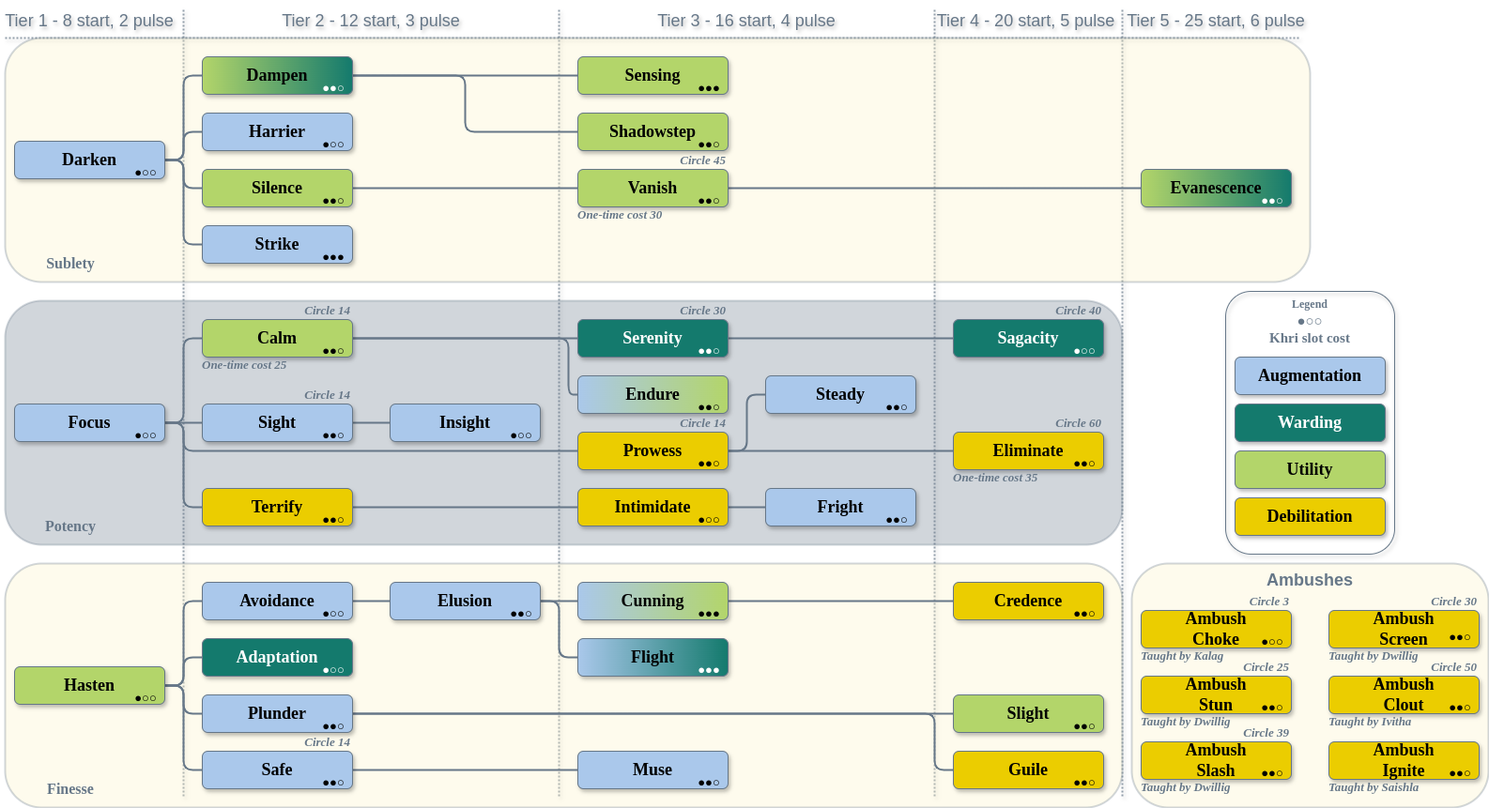
MahtraDR/dr-spell-trees keeps this draw.io diagram as Thief/Thief.png. Above is the earlier version. Source tidied: cells renumbered, new cells last; positions are measured from the earlier drawing's top-left corner, leaving out a move shared by most shapes.
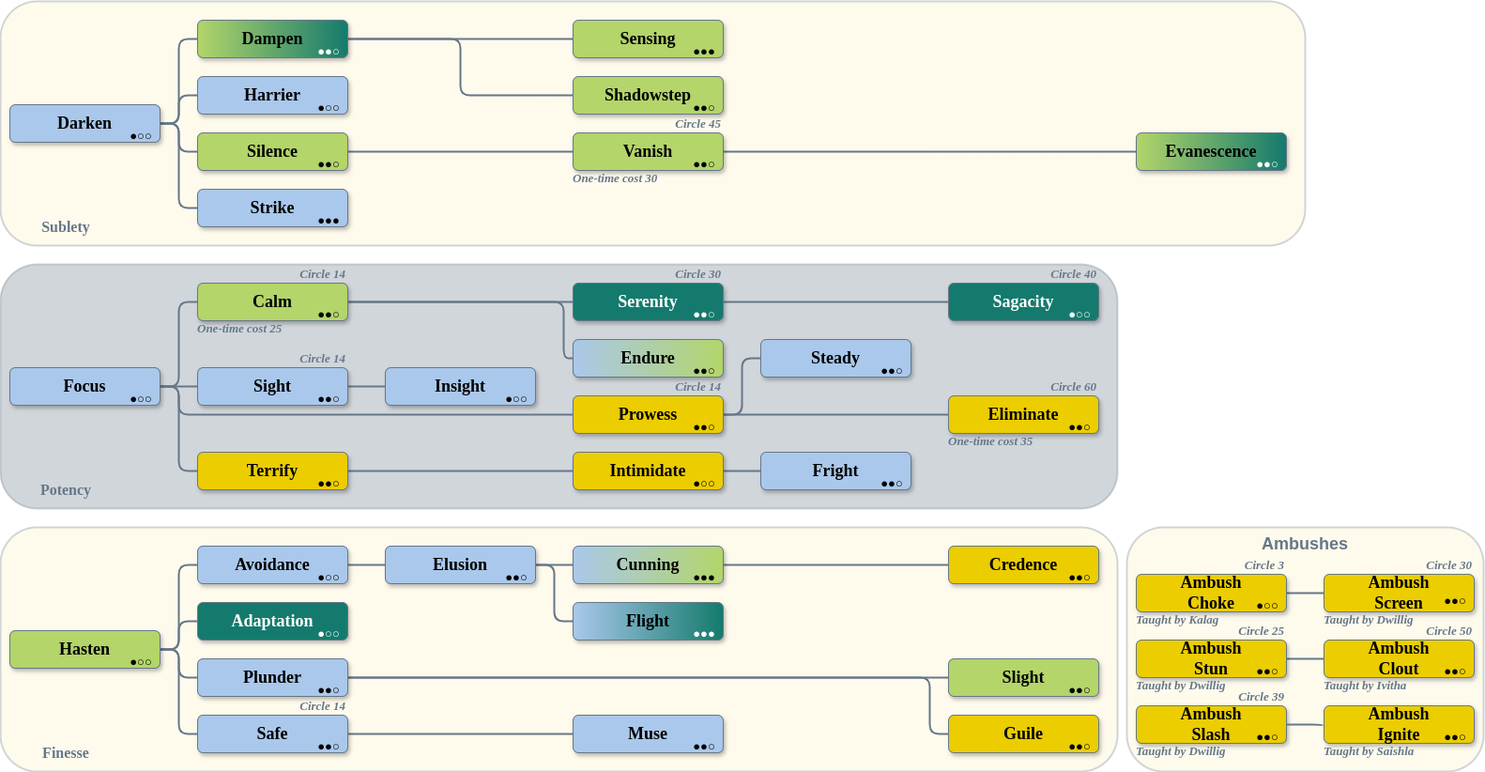
Later version of the same file.

The edit, as a diff of the source:
```diff
@@ -1,70 +1,6 @@
 <mxGraphModel>
   <root>
     <mxCell id="0" />
-    <mxCell id="1" parent="0" />
-    <mxCell id="2" value="Tier 1 - 8 start, 2 pulse" style="text;align=center;verticalAlign=middle;strokeColor=none;fillColor=none;fontFamily=Helvetica;fontSize=18;fontColor=#667788;labelBackgroundColor=none;textShadow=1;" parent="1" vertex="1">
-      <mxGeometry x="50" width="80" height="40" as="geometry" />
-    </mxCell>
-    <mxCell id="3" style="html=1;rounded=0;strokeWidth=2;endArrow=none;endFill=0;dashed=1;exitX=0.633;exitY=0;exitDx=0;exitDy=0;exitPerimeter=0;labelBackgroundColor=none;shadow=1;fontColor=default;strokeColor=#667788;opacity=70;dashPattern=1 1;" parent="1" edge="1">
-      <mxGeometry relative="1" as="geometry">
-        <mxPoint x="990" y="10" as="sourcePoint" />
-        <mxPoint x="990" y="850" as="targetPoint" />
-      </mxGeometry>
-    </mxCell>
-    <mxCell id="4" style="html=1;rounded=0;strokeWidth=2;endArrow=none;endFill=0;dashed=1;exitX=0.633;exitY=0;exitDx=0;exitDy=0;exitPerimeter=0;labelBackgroundColor=none;shadow=1;fontColor=default;strokeColor=#667788;opacity=70;dashPattern=1 1;" parent="1" edge="1">
-      <mxGeometry relative="1" as="geometry">
-        <mxPoint x="1190" y="10" as="sourcePoint" />
-        <mxPoint x="1190" y="850" as="targetPoint" />
-      </mxGeometry>
-    </mxCell>
-    <mxCell id="5" style="html=1;rounded=0;strokeWidth=2;endArrow=none;endFill=0;dashed=1;labelBackgroundColor=none;shadow=1;fontColor=default;strokeColor=#667788;opacity=70;dashPattern=1 1;" parent="1" edge="1">
-      <mxGeometry relative="1" as="geometry">
-        <mxPoint y="40" as="sourcePoint" />
-        <mxPoint x="1380" y="40" as="targetPoint" />
-      </mxGeometry>
-    </mxCell>
-    <mxCell id="6" style="html=1;rounded=0;strokeWidth=2;endArrow=none;endFill=0;dashed=1;labelBackgroundColor=none;shadow=1;fontColor=default;strokeColor=#667788;opacity=70;dashPattern=1 1;" parent="1" edge="1">
-      <mxGeometry relative="1" as="geometry">
-        <mxPoint x="590" y="10" as="sourcePoint" />
-        <mxPoint x="590" y="850" as="targetPoint" />
-      </mxGeometry>
-    </mxCell>
-    <mxCell id="7" style="html=1;rounded=0;strokeWidth=2;endArrow=none;endFill=0;dashed=1;labelBackgroundColor=none;shadow=1;fontColor=default;strokeColor=#667788;opacity=70;dashPattern=1 1;" parent="1" edge="1">
-      <mxGeometry relative="1" as="geometry">
-        <mxPoint x="190" y="10" as="sourcePoint" />
-        <mxPoint x="190" y="850" as="targetPoint" />
-      </mxGeometry>
-    </mxCell>
-    <mxCell id="8" value="Tier 2 - 12 start, 3 pulse" style="text;align=center;verticalAlign=middle;strokeColor=none;fillColor=none;fontFamily=Helvetica;fontSize=18;fontColor=#667788;labelBackgroundColor=none;textShadow=1;" parent="1" vertex="1">
-      <mxGeometry x="350" width="80" height="40" as="geometry" />
-    </mxCell>
-    <mxCell id="9" value="Tier 3 - 16 start, 4 pulse" style="text;align=center;verticalAlign=middle;strokeColor=none;fillColor=none;fontFamily=Helvetica;fontSize=18;fontColor=#667788;labelBackgroundColor=none;textShadow=1;" parent="1" vertex="1">
-      <mxGeometry x="750" width="80" height="40" as="geometry" />
-    </mxCell>
-    <mxCell id="10" value="Tier 4 - 20 start, 5 pulse " style="text;align=center;verticalAlign=middle;strokeColor=none;fillColor=none;fontFamily=Helvetica;fontSize=18;fontColor=#667788;labelBackgroundColor=none;textShadow=1;" parent="1" vertex="1">
-      <mxGeometry x="1050" width="80" height="40" as="geometry" />
-    </mxCell>
-    <mxCell id="11" value="Tier 5 - 25 start, 6 pulse" style="text;align=center;verticalAlign=middle;strokeColor=none;fillColor=none;fontFamily=Helvetica;fontSize=18;fontColor=#667788;labelBackgroundColor=none;textShadow=1;" parent="1" vertex="1">
-      <mxGeometry x="1250" width="80" height="40" as="geometry" />
-    </mxCell>
-    <mxCell id="12" value="Legend" style="rounded=1;fillColor=none;verticalAlign=top;labelBackgroundColor=none;fontStyle=1;fontColor=#667788;fontFamily=Georgia;strokeColor=#667788;shadow=1;glass=0;strokeWidth=1;textShadow=0;whiteSpace=wrap;" parent="1" vertex="1">
-      <mxGeometry x="1300" y="310" width="180" height="280" as="geometry" />
-    </mxCell>
-    <mxCell id="13" value="Debilitation" style="rounded=1;whiteSpace=wrap;fillColor=#EBCD00;labelBackgroundColor=none;fontFamily=Georgia;fontSize=18;strokeColor=#667788;shadow=1;glass=0;strokeWidth=1;align=center;fontStyle=1;verticalAlign=middle;fontColor=#000000;textShadow=0;" parent="1" vertex="1">
-      <mxGeometry x="1310" y="530" width="160" height="40" as="geometry" />
-    </mxCell>
-    <mxCell id="14" value="Utility" style="rounded=1;whiteSpace=wrap;fillColor=#B3D56A;labelBackgroundColor=none;fontFamily=Georgia;fontSize=18;strokeColor=#667788;shadow=1;glass=0;strokeWidth=1;align=center;fontStyle=1;verticalAlign=middle;fontColor=#000000;textShadow=0;" parent="1" vertex="1">
-      <mxGeometry x="1310" y="480" width="160" height="40" as="geometry" />
-    </mxCell>
-    <mxCell id="15" value="Warding" style="rounded=1;whiteSpace=wrap;fillColor=#147A6D;labelBackgroundColor=none;fontFamily=Georgia;fontSize=18;strokeColor=#667788;shadow=1;glass=0;strokeWidth=1;align=center;fontStyle=1;verticalAlign=middle;fontColor=#FFFFFF;textShadow=0;" parent="1" vertex="1">
-      <mxGeometry x="1310" y="430" width="160" height="40" as="geometry" />
-    </mxCell>
-    <mxCell id="16" value="Augmentation" style="rounded=1;whiteSpace=wrap;fillColor=#AAC8EB;labelBackgroundColor=none;fontFamily=Georgia;fontSize=18;strokeColor=#667788;shadow=1;glass=0;strokeWidth=1;fontColor=#000000;align=center;fontStyle=1;verticalAlign=middle;textShadow=0;" parent="1" vertex="1">
-      <mxGeometry x="1310" y="380" width="160" height="40" as="geometry" />
-    </mxCell>
-    <mxCell id="17" value="●○○&#10;Khri slot cost" style="text;align=center;verticalAlign=middle;whiteSpace=wrap;rounded=1;fontFamily=Georgia;fontSize=15;fontColor=#667788;labelBackgroundColor=none;strokeColor=none;shadow=1;glass=0;strokeWidth=1;fontStyle=1;" parent="1" vertex="1">
-      <mxGeometry x="1310" y="330" width="160" height="40" as="geometry" />
-    </mxCell>
     <mxCell id="18" value="Spellbook borders" parent="0" />
     <mxCell id="19" style="rounded=1;fontFamily=Helvetica;fontSize=11;fontColor=default;labelBackgroundColor=none;fillColor=#FCF4C4;strokeColor=#667788;opacity=30;glass=0;shadow=0;align=center;verticalAlign=middle;gradientColor=none;strokeWidth=2;" parent="18" vertex="1">
       <mxGeometry y="600" width="1190" height="260" as="geometry" />
@@ -301,9 +237,15 @@
     <mxCell id="92" value="Ambush&#10;Slash" style="rounded=1;whiteSpace=wrap;fillColor=#EBCD00;labelBackgroundColor=none;fontFamily=Georgia;fontSize=18;strokeColor=#667788;shadow=1;glass=0;strokeWidth=1;align=center;fontStyle=1;verticalAlign=middle;fontColor=#000000;textShadow=0;" parent="26" vertex="1">
       <mxGeometry x="1210" y="790" width="160" height="40" as="geometry" />
     </mxCell>
+    <mxCell id="163" style="edgeStyle=orthogonalEdgeStyle;shape=connector;curved=0;rounded=1;jettySize=auto;html=1;exitX=1;exitY=0.5;exitDx=0;exitDy=0;entryX=0;entryY=0.5;entryDx=0;entryDy=0;strokeColor=#667788;strokeWidth=2;align=center;verticalAlign=middle;fontFamily=Helvetica;fontSize=11;fontColor=default;labelBackgroundColor=default;endArrow=none;endFill=0;" parent="26" edge="1" source="93" target="96">
+      <mxGeometry relative="1" as="geometry" />
+    </mxCell>
     <mxCell id="93" value="Ambush&#10;Stun" style="rounded=1;whiteSpace=wrap;fillColor=#EBCD00;labelBackgroundColor=none;fontFamily=Georgia;fontSize=18;strokeColor=#667788;shadow=1;glass=0;strokeWidth=1;align=center;fontStyle=1;verticalAlign=middle;fontColor=#000000;textShadow=0;" parent="26" vertex="1">
       <mxGeometry x="1210" y="720" width="160" height="40" as="geometry" />
     </mxCell>
+    <mxCell id="164" style="edgeStyle=orthogonalEdgeStyle;shape=connector;curved=0;rounded=1;jettySize=auto;html=1;exitX=1;exitY=0.5;exitDx=0;exitDy=0;entryX=0;entryY=0.5;entryDx=0;entryDy=0;strokeColor=#667788;strokeWidth=2;align=center;verticalAlign=middle;fontFamily=Helvetica;fontSize=11;fontColor=default;labelBackgroundColor=default;endArrow=none;endFill=0;" parent="26" edge="1" source="94" target="97">
+      <mxGeometry relative="1" as="geometry" />
+    </mxCell>
     <mxCell id="94" value="Ambush&#10;Choke" style="rounded=1;whiteSpace=wrap;fillColor=#EBCD00;labelBackgroundColor=none;fontFamily=Georgia;fontSize=18;strokeColor=#667788;shadow=1;glass=0;strokeWidth=1;align=center;fontStyle=1;verticalAlign=middle;fontColor=#000000;textShadow=0;" parent="26" vertex="1">
       <mxGeometry x="1210" y="650" width="160" height="40" as="geometry" />
     </mxCell>
@@ -316,6 +258,9 @@
     <mxCell id="97" value="Ambush&#10;Screen" style="rounded=1;whiteSpace=wrap;fillColor=#EBCD00;labelBackgroundColor=none;fontFamily=Georgia;fontSize=18;strokeColor=#667788;shadow=1;glass=0;strokeWidth=1;align=center;fontStyle=1;verticalAlign=middle;fontColor=#000000;textShadow=0;" parent="26" vertex="1">
       <mxGeometry x="1410" y="650" width="160" height="40" as="geometry" />
     </mxCell>
+    <mxCell id="165" style="edgeStyle=orthogonalEdgeStyle;shape=connector;curved=0;rounded=1;jettySize=auto;html=1;exitX=1;exitY=0.5;exitDx=0;exitDy=0;entryX=-0.011;entryY=0.532;entryDx=0;entryDy=0;entryPerimeter=0;strokeColor=#667788;strokeWidth=2;align=center;verticalAlign=middle;fontFamily=Helvetica;fontSize=11;fontColor=default;labelBackgroundColor=default;endArrow=none;endFill=0;" parent="26" edge="1" source="92" target="95">
+      <mxGeometry relative="1" as="geometry" />
+    </mxCell>
     <mxCell id="98" value="Spell cost bubbles text" parent="0" />
     <mxCell id="99" value="●○○" style="text;align=center;verticalAlign=middle;rounded=0;fontFamily=Helvetica;fontSize=13;fontColor=default;labelBackgroundColor=none;spacing=0;spacingTop=0;spacingBottom=-5;fillColor=none;" parent="98" vertex="1">
       <mxGeometry x="130" y="450" width="40" height="20" as="geometry" />
@@ -505,5 +450,6 @@
     <mxCell id="162" value="One-time cost 25" style="text;align=left;verticalAlign=top;strokeColor=none;fillColor=none;fontFamily=Georgia;fontSize=13;fontColor=#667788;labelBackgroundColor=none;spacing=0;spacingBottom=0;spacingTop=-4;fontStyle=3;" parent="159" vertex="1">
       <mxGeometry x="210" y="380" width="110" height="20" as="geometry" />
     </mxCell>
+    <mxCell id="166" value="Transparency" parent="0" />
   </root>
 </mxGraphModel>
```
